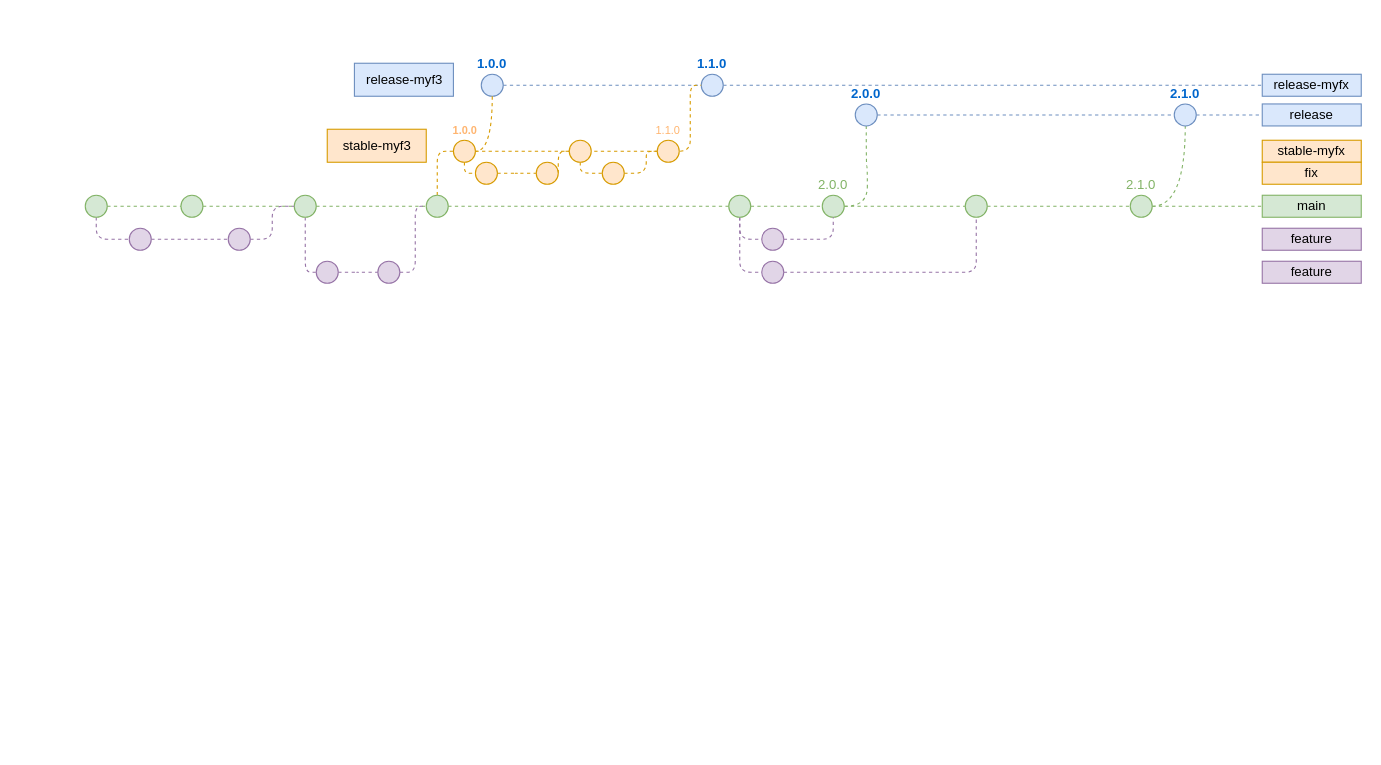
Earlier version of the draw.io diagram Untitled Diagram.drawio (salmen/renault). Source tidied: cells renumbered, new cells numbered last; positions are measured from the earlier drawing's top-left corner, leaving out a move shared by most shapes. Both pictures are drawn from the tidied source at 110%, with x=0, y=0 at pixel (85, 63).
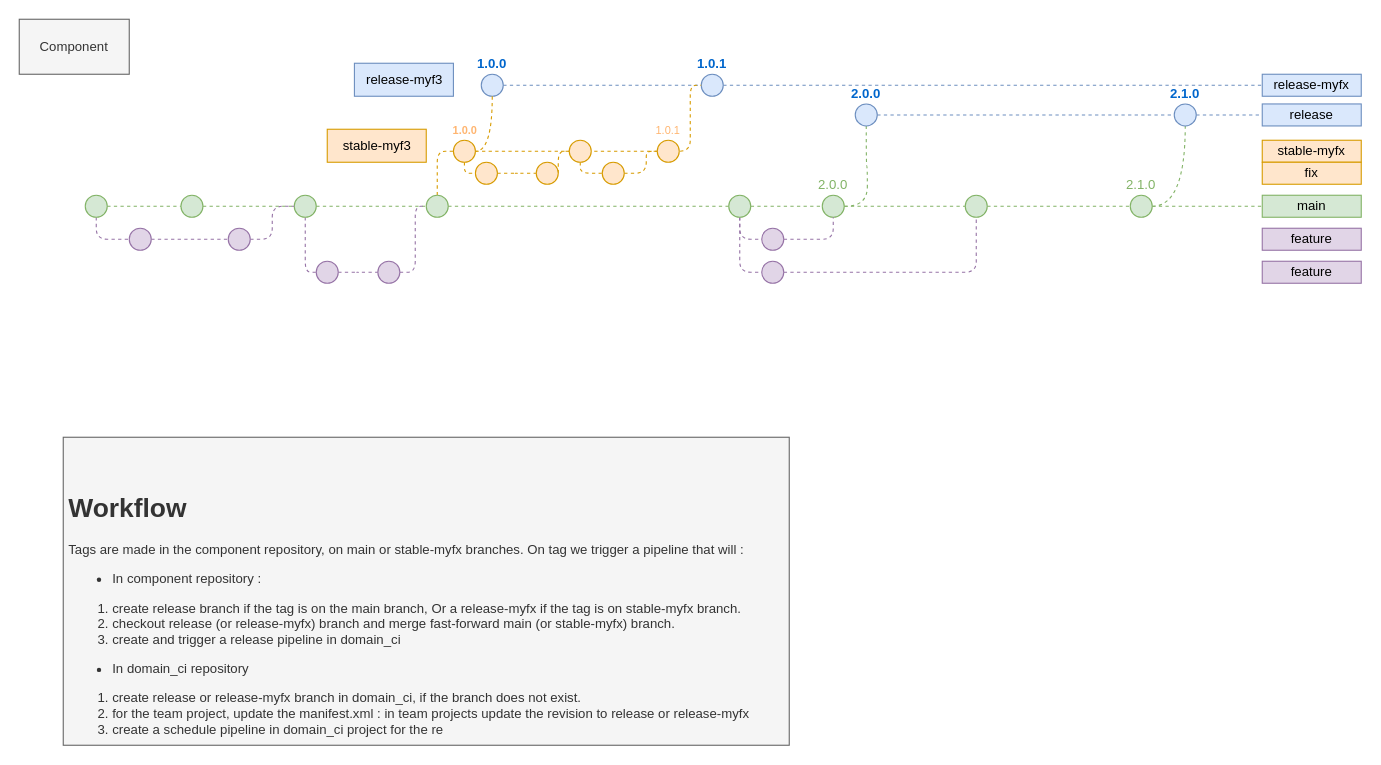
The same diagram, later.

Diff of the diagram source:
```diff
@@
-    <mxCell id="17" value="1.1.0" style="ellipse;whiteSpace=wrap;html=1;fillColor=#dae8fc;strokeColor=#6c8ebf;fontStyle=1;labelPosition=center;verticalLabelPosition=top;align=center;verticalAlign=bottom;fontColor=#0066CC;" parent="1" vertex="1">
+    <mxCell id="17" value="1.0.1" style="ellipse;whiteSpace=wrap;html=1;fillColor=#dae8fc;strokeColor=#6c8ebf;fontStyle=1;labelPosition=center;verticalLabelPosition=top;align=center;verticalAlign=bottom;fontColor=#0066CC;" parent="1" vertex="1">
       <mxGeometry x="560" y="10" width="20" height="20" as="geometry" />
     </mxCell>
@@
-    <mxCell id="47" value="1.1.0" style="ellipse;whiteSpace=wrap;html=1;fontSize=10;fillColor=#ffe6cc;strokeColor=#d79b00;labelPosition=center;verticalLabelPosition=top;align=center;verticalAlign=bottom;fontColor=#FFB570;" parent="1" vertex="1">
+    <mxCell id="47" value="1.0.1" style="ellipse;whiteSpace=wrap;html=1;fontSize=10;fillColor=#ffe6cc;strokeColor=#d79b00;labelPosition=center;verticalLabelPosition=top;align=center;verticalAlign=bottom;fontColor=#FFB570;" parent="1" vertex="1">
       <mxGeometry x="520" y="70" width="20" height="20" as="geometry" />
     </mxCell>
@@
+    <mxCell id="66" value="&lt;h1 style=&quot;border-color: var(--border-color);&quot;&gt;&lt;br&gt;&lt;/h1&gt;&lt;h1&gt;Workflow&lt;/h1&gt;&lt;p&gt;Tags are made in the component repository, on main or stable-myfx branches. On tag we trigger a pipeline that will :&amp;nbsp;&lt;/p&gt;&lt;p&gt;&lt;/p&gt;&lt;ul&gt;&lt;li&gt;In component repository :&lt;/li&gt;&lt;/ul&gt;&lt;p&gt;&lt;/p&gt;&lt;p&gt;&lt;/p&gt;&lt;ol&gt;&lt;li&gt;create release branch if the tag is on the main branch, Or a release-myfx if the tag is on stable-myfx branch.&lt;/li&gt;&lt;li&gt;checkout release (or release-myfx) branch and merge fast-forward main (or stable-myfx) branch.&lt;/li&gt;&lt;li&gt;create and trigger a release pipeline in domain_ci&lt;/li&gt;&lt;/ol&gt;&lt;ul&gt;&lt;li&gt;In domain_ci repository&lt;/li&gt;&lt;/ul&gt;&lt;ol&gt;&lt;li&gt;create release or release-myfx branch in domain_ci, if the branch does not exist.&lt;/li&gt;&lt;li&gt;for the team project, update the manifest.xml : in team projects update the revision to release or release-myfx&amp;nbsp;&lt;/li&gt;&lt;li&gt;create a schedule pipeline in domain_ci project for the re&lt;/li&gt;&lt;/ol&gt;&lt;p&gt;&lt;/p&gt;" style="text;html=1;strokeColor=#666666;fillColor=#f5f5f5;spacing=5;spacingTop=-20;whiteSpace=wrap;overflow=hidden;rounded=0;fontSize=12;fontFamily=Helvetica;fontColor=#333333;" parent="1" vertex="1">
+      <mxGeometry x="-20" y="340" width="660" height="280" as="geometry" />
+    </mxCell>
+    <mxCell id="67" value="Component" style="text;html=1;strokeColor=#666666;fillColor=#f5f5f5;align=center;verticalAlign=middle;whiteSpace=wrap;rounded=0;fontSize=12;fontFamily=Helvetica;fontColor=#333333;" parent="1" vertex="1">
+      <mxGeometry x="-60" y="-40" width="100" height="50" as="geometry" />
+    </mxCell>
```
